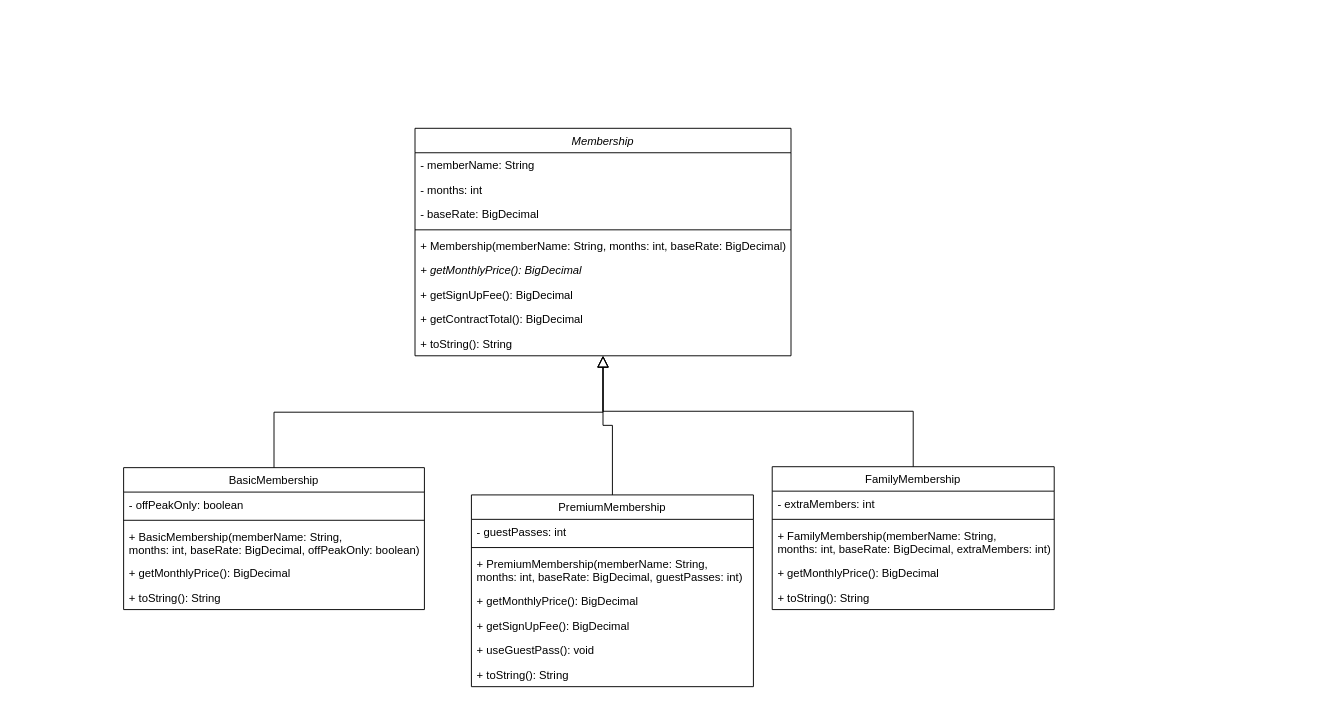
DanielGDaube/gym-memberships keeps this draw.io diagram as class-diagram.drawio. Above is the earlier version. Source tidied: cells renumbered, new cells numbered last; positions are measured from the earlier drawing's top-left corner, leaving out a move shared by most shapes. Both pictures are drawn from the tidied source at 94%, with x=0, y=0 at pixel (123, 128).
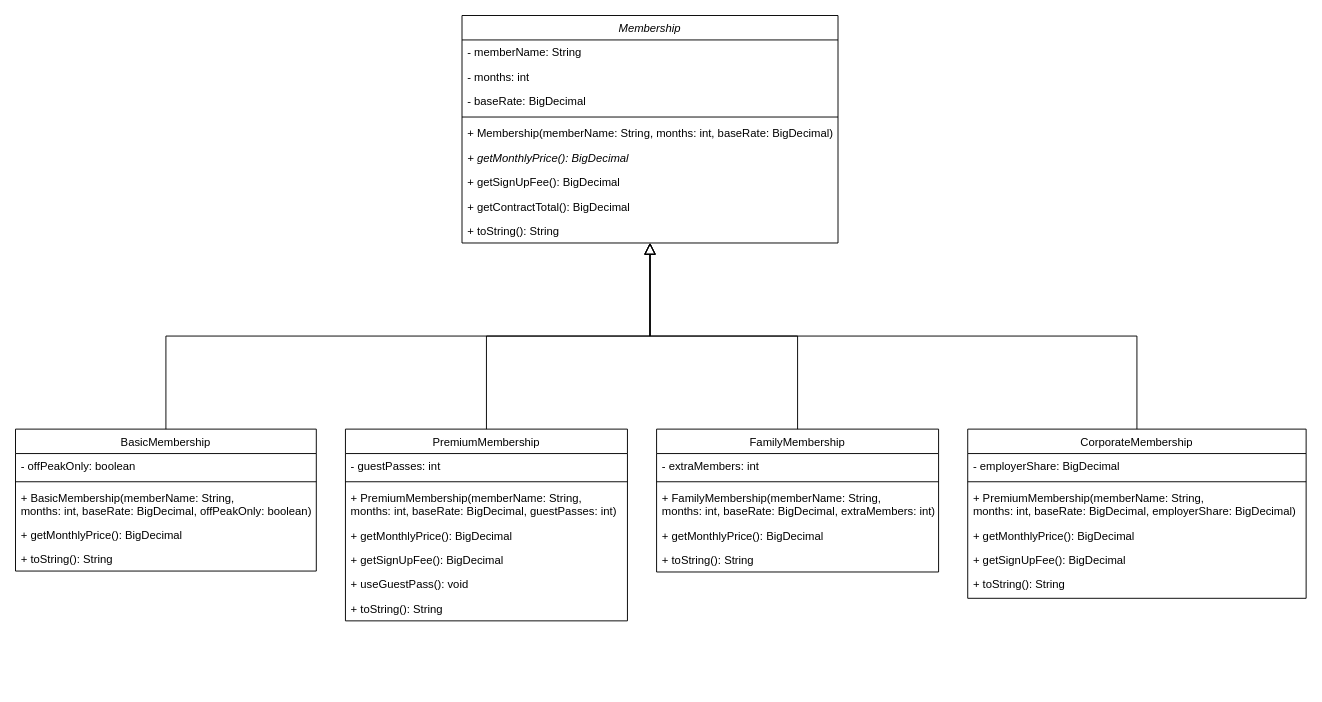
Above is the later version.

Commit message (it also covers changes not shown here):
docs: update README.md and class-diagram

The change refers to these unchanged cells:
```xml
<mxCell id="11" value="+ toString(): String" style="text;align=left;verticalAlign=top;spacingLeft=4;spacingRight=4;overflow=hidden;points=[[0,0.5],[1,0.5]];portConstraint=eastwest;" parent="2" vertex="1">
  <mxGeometry y="216" width="400" height="26" as="geometry" />
</mxCell>
```

The edit, as a diff of the source:
```diff
@@
     <mxCell id="2" value="Membership" style="swimlane;fontStyle=2;align=center;verticalAlign=top;horizontal=1;startSize=26;rounded=0;shadow=0;strokeWidth=1;" parent="1" vertex="1">
-      <mxGeometry x="310" width="400" height="242" as="geometry" />
+      <mxGeometry x="360" y="-120" width="400" height="242" as="geometry" />
     </mxCell>
@@
     <mxCell id="12" value="BasicMembership" style="swimlane;fontStyle=0;align=center;verticalAlign=top;horizontal=1;startSize=26;rounded=0;shadow=0;strokeWidth=1;" parent="1" vertex="1">
-      <mxGeometry y="361" width="320" height="151" as="geometry" />
+      <mxGeometry x="-115" y="320" width="320" height="151" as="geometry" />
     </mxCell>
@@
     <mxCell id="19" value="PremiumMembership" style="swimlane;fontStyle=0;align=center;verticalAlign=top;horizontal=1;startSize=26;rounded=0;shadow=0;strokeWidth=1;" parent="1" vertex="1">
-      <mxGeometry x="370" y="390" width="300" height="204" as="geometry" />
+      <mxGeometry x="236" y="320" width="300" height="204" as="geometry" />
     </mxCell>
@@
     <mxCell id="28" value="FamilyMembership" style="swimlane;fontStyle=0;align=center;verticalAlign=top;horizontal=1;startSize=26;rounded=0;shadow=0;strokeWidth=1;" parent="1" vertex="1">
-      <mxGeometry x="690" y="360" width="300" height="152" as="geometry" />
+      <mxGeometry x="567" y="320" width="300" height="152" as="geometry" />
     </mxCell>
@@
+    <mxCell id="35" value="CorporateMembership" style="swimlane;fontStyle=0;align=center;verticalAlign=top;horizontal=1;startSize=26;rounded=0;shadow=0;strokeWidth=1;" parent="1" vertex="1">
+      <mxGeometry x="898" y="320" width="360" height="180" as="geometry" />
+    </mxCell>
+    <mxCell id="36" value="- employerShare: BigDecimal" style="text;align=left;verticalAlign=top;spacingLeft=4;spacingRight=4;overflow=hidden;" parent="35" vertex="1">
+      <mxGeometry y="26" width="360" height="26" as="geometry" />
+    </mxCell>
+    <mxCell id="37" style="line;html=1;strokeWidth=1;align=left;verticalAlign=middle;spacingTop=-1;spacingLeft=3;spacingRight=3;labelPosition=right;" parent="35" vertex="1">
+      <mxGeometry y="52" width="360" height="8" as="geometry" />
+    </mxCell>
+    <mxCell id="38" value="+ PremiumMembership(memberName: String, &#10;months: int, baseRate: BigDecimal, employerShare: BigDecimal)" style="text;align=left;verticalAlign=top;spacingLeft=4;spacingRight=4;overflow=hidden;" parent="35" vertex="1">
+      <mxGeometry y="60" width="360" height="40" as="geometry" />
+    </mxCell>
+    <mxCell id="39" value="+ getMonthlyPrice(): BigDecimal" style="text;align=left;verticalAlign=top;spacingLeft=4;spacingRight=4;overflow=hidden;" parent="35" vertex="1">
+      <mxGeometry y="100" width="360" height="26" as="geometry" />
+    </mxCell>
+    <mxCell id="40" value="+ getSignUpFee(): BigDecimal" style="text;align=left;verticalAlign=top;spacingLeft=4;spacingRight=4;overflow=hidden;" parent="35" vertex="1">
+      <mxGeometry y="126" width="360" height="26" as="geometry" />
+    </mxCell>
+    <mxCell id="41" value="+ toString(): String" style="text;align=left;verticalAlign=top;spacingLeft=4;spacingRight=4;overflow=hidden;" parent="35" vertex="1">
+      <mxGeometry y="152" width="360" height="26" as="geometry" />
+    </mxCell>
+    <mxCell id="42" style="endArrow=block;endSize=10;endFill=0;shadow=0;strokeWidth=1;rounded=0;curved=0;edgeStyle=elbowEdgeStyle;elbow=vertical;entryX=0.5;entryY=0.987;entryDx=0;entryDy=0;entryPerimeter=0;" parent="1" edge="1" source="35" target="11">
+      <mxGeometry relative="1" as="geometry" />
+    </mxCell>
```
